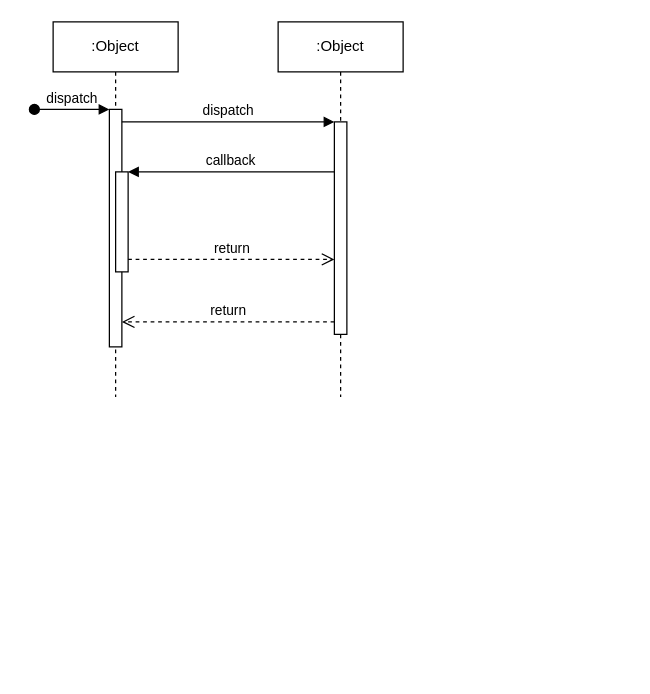
Before: Untitled Diagram.drawio in klepeta/coursera-test, a draw.io diagram. Source tidied: cells renumbered, new cells numbered last; positions are measured from the earlier drawing's top-left corner, leaving out a move shared by most shapes. Both pictures are drawn from the tidied source at 125%, with x=0, y=0 at pixel (34, 21).
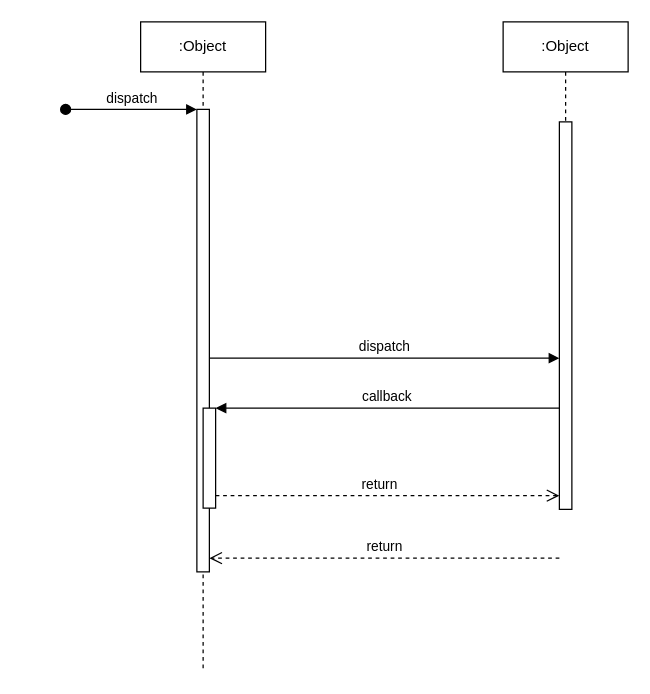
After the change.

Commit message:
Sequence Diagram

Diff of the diagram source:
```diff
@@
 <mxGraphModel>
   <root>
     <mxCell id="0" />
     <mxCell id="1" parent="0" />
     <mxCell id="2" value=":Object" style="shape=umlLifeline;perimeter=lifelinePerimeter;whiteSpace=wrap;html=1;newEdgeStyle={&quot;edgeStyle&quot;:&quot;elbowEdgeStyle&quot;,&quot;elbow&quot;:&quot;vertical&quot;,&quot;curved&quot;:0,&quot;rounded&quot;:0};" parent="1" vertex="1">
-      <mxGeometry x="15" width="100" height="300" as="geometry" />
+      <mxGeometry x="85" width="100" height="520" as="geometry" />
     </mxCell>
     <mxCell id="3" style="html=1;points=[];perimeter=orthogonalPerimeter;outlineConnect=0;targetShapes=umlLifeline;portConstraint=eastwest;newEdgeStyle={&quot;edgeStyle&quot;:&quot;elbowEdgeStyle&quot;,&quot;elbow&quot;:&quot;vertical&quot;,&quot;curved&quot;:0,&quot;rounded&quot;:0};" parent="2" vertex="1">
-      <mxGeometry x="45" y="70" width="10" height="190" as="geometry" />
+      <mxGeometry x="45" y="70" width="10" height="370" as="geometry" />
     </mxCell>
     <mxCell id="4" value="dispatch" style="html=1;verticalAlign=bottom;startArrow=oval;endArrow=block;startSize=8;edgeStyle=elbowEdgeStyle;elbow=vertical;curved=0;rounded=0;" parent="2" edge="1" target="3">
       <mxGeometry relative="1" as="geometry">
-        <mxPoint x="-15" y="70" as="sourcePoint" />
+        <mxPoint x="-60" y="70" as="sourcePoint" />
       </mxGeometry>
     </mxCell>
     <mxCell id="5" style="html=1;points=[];perimeter=orthogonalPerimeter;outlineConnect=0;targetShapes=umlLifeline;portConstraint=eastwest;newEdgeStyle={&quot;edgeStyle&quot;:&quot;elbowEdgeStyle&quot;,&quot;elbow&quot;:&quot;vertical&quot;,&quot;curved&quot;:0,&quot;rounded&quot;:0};" parent="2" vertex="1">
-      <mxGeometry x="50" y="120" width="10" height="80" as="geometry" />
+      <mxGeometry x="50" y="309" width="10" height="80" as="geometry" />
     </mxCell>
     <mxCell id="6" value=":Object" style="shape=umlLifeline;perimeter=lifelinePerimeter;whiteSpace=wrap;html=1;newEdgeStyle={&quot;edgeStyle&quot;:&quot;elbowEdgeStyle&quot;,&quot;elbow&quot;:&quot;vertical&quot;,&quot;curved&quot;:0,&quot;rounded&quot;:0};" parent="1" vertex="1">
-      <mxGeometry x="195" width="100" height="300" as="geometry" />
+      <mxGeometry x="375" width="100" height="390" as="geometry" />
     </mxCell>
     <mxCell id="7" style="html=1;points=[];perimeter=orthogonalPerimeter;outlineConnect=0;targetShapes=umlLifeline;portConstraint=eastwest;newEdgeStyle={&quot;edgeStyle&quot;:&quot;elbowEdgeStyle&quot;,&quot;elbow&quot;:&quot;vertical&quot;,&quot;curved&quot;:0,&quot;rounded&quot;:0};" parent="6" vertex="1">
-      <mxGeometry x="45" y="80" width="10" height="170" as="geometry" />
+      <mxGeometry x="45" y="80" width="10" height="310" as="geometry" />
     </mxCell>
-    <mxCell id="8" value="dispatch" style="html=1;verticalAlign=bottom;endArrow=block;edgeStyle=elbowEdgeStyle;elbow=vertical;curved=0;rounded=0;" parent="1" edge="1" source="3" target="7">
+    <mxCell id="8" value="dispatch" style="html=1;verticalAlign=bottom;endArrow=block;edgeStyle=elbowEdgeStyle;elbow=vertical;curved=0;rounded=0;" parent="1" edge="1">
       <mxGeometry relative="1" as="geometry">
+        <mxPoint x="140" y="269" as="sourcePoint" />
+        <mxPoint x="420" y="269" as="targetPoint" />
         <Array as="points">
-          <mxPoint x="155" y="80" />
+          <mxPoint x="225" y="269" />
         </Array>
       </mxGeometry>
     </mxCell>
-    <mxCell id="9" value="return" style="html=1;verticalAlign=bottom;endArrow=open;dashed=1;endSize=8;edgeStyle=elbowEdgeStyle;elbow=vertical;curved=0;rounded=0;" parent="1" edge="1" source="7" target="3">
+    <mxCell id="9" value="return" style="html=1;verticalAlign=bottom;endArrow=open;dashed=1;endSize=8;edgeStyle=elbowEdgeStyle;elbow=vertical;curved=0;rounded=0;" parent="1" edge="1">
       <mxGeometry relative="1" as="geometry">
+        <mxPoint x="420" y="429" as="sourcePoint" />
+        <mxPoint x="140" y="429" as="targetPoint" />
         <Array as="points">
-          <mxPoint x="165" y="240" />
+          <mxPoint x="235" y="429" />
         </Array>
       </mxGeometry>
     </mxCell>
-    <mxCell id="10" value="callback" style="html=1;verticalAlign=bottom;endArrow=block;edgeStyle=elbowEdgeStyle;elbow=vertical;curved=0;rounded=0;" parent="1" edge="1" source="7" target="5">
+    <mxCell id="10" value="callback" style="html=1;verticalAlign=bottom;endArrow=block;edgeStyle=elbowEdgeStyle;elbow=vertical;curved=0;rounded=0;" parent="1" edge="1" target="5">
       <mxGeometry relative="1" as="geometry">
+        <mxPoint x="420" y="309" as="sourcePoint" />
         <Array as="points">
-          <mxPoint x="165" y="120" />
+          <mxPoint x="235" y="309" />
         </Array>
       </mxGeometry>
     </mxCell>
-    <mxCell id="11" value="return" style="html=1;verticalAlign=bottom;endArrow=open;dashed=1;endSize=8;edgeStyle=elbowEdgeStyle;elbow=vertical;curved=0;rounded=0;" parent="1" edge="1" source="5" target="7">
-      <mxGeometry relative="1" as="geometry">
+    <mxCell id="11" value="return" style="html=1;verticalAlign=bottom;endArrow=open;dashed=1;endSize=8;edgeStyle=elbowEdgeStyle;elbow=vertical;curved=0;rounded=0;" parent="1" edge="1" source="5">
+      <mxGeometry x="-0.05" relative="1" as="geometry">
+        <mxPoint x="420" y="379" as="targetPoint" />
         <Array as="points">
-          <mxPoint x="155" y="190" />
+          <mxPoint x="225" y="379" />
         </Array>
       </mxGeometry>
     </mxCell>
   </root>
 </mxGraphModel>
```
